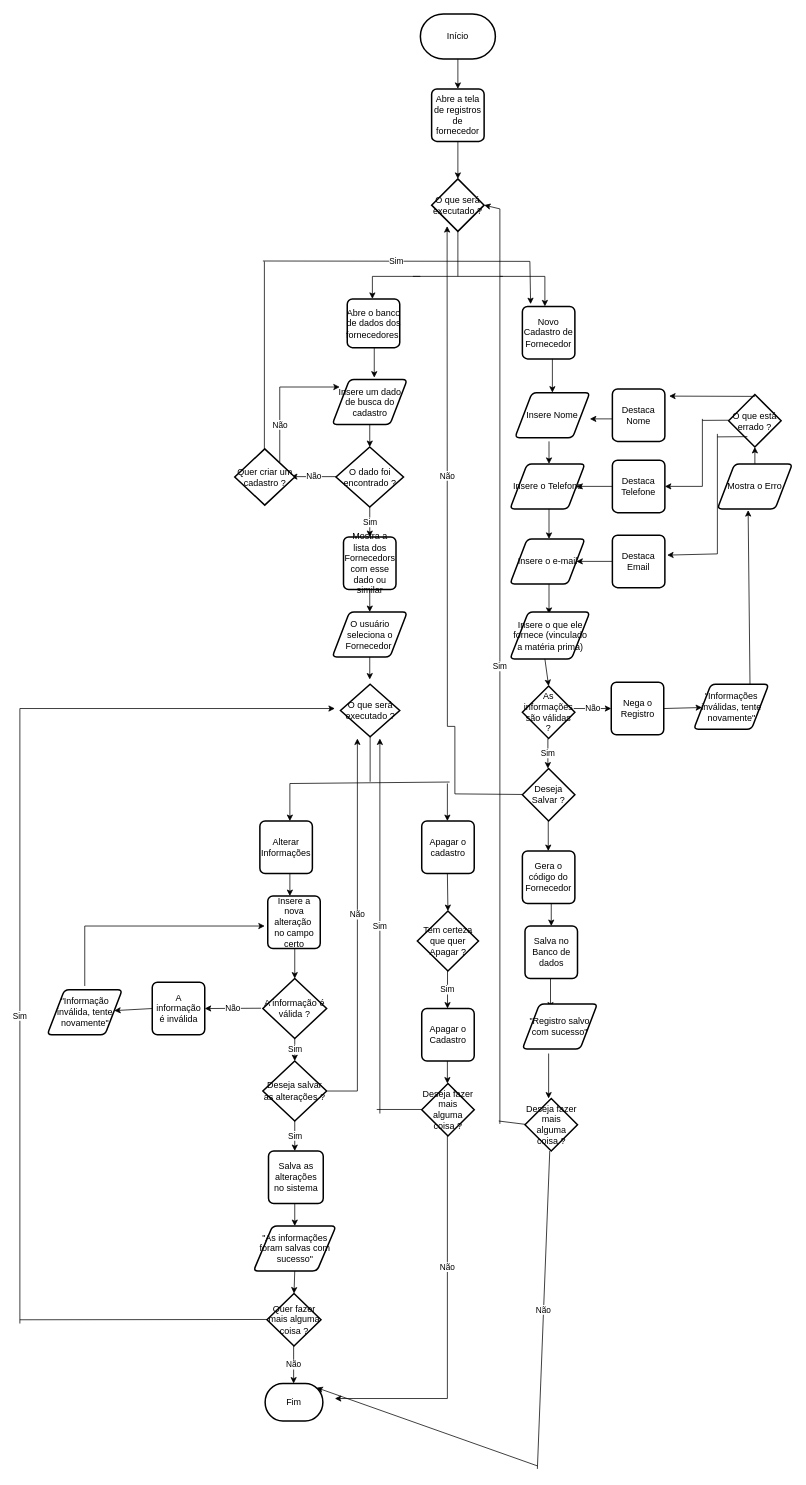
Earlier version of the draw.io diagram page "Cadastro-de-Fornecedor" (5 of 14) of DOC/Fluxograma.drawio (GuilhermeIgarashi7/avatar-Fluxograma). Source tidied: cells renumbered, new cells numbered last; positions are measured from the earlier drawing's top-left corner, leaving out a move shared by most shapes. Both pictures are drawn from the tidied source at 75%, with x=0, y=0 at pixel (20, 14).
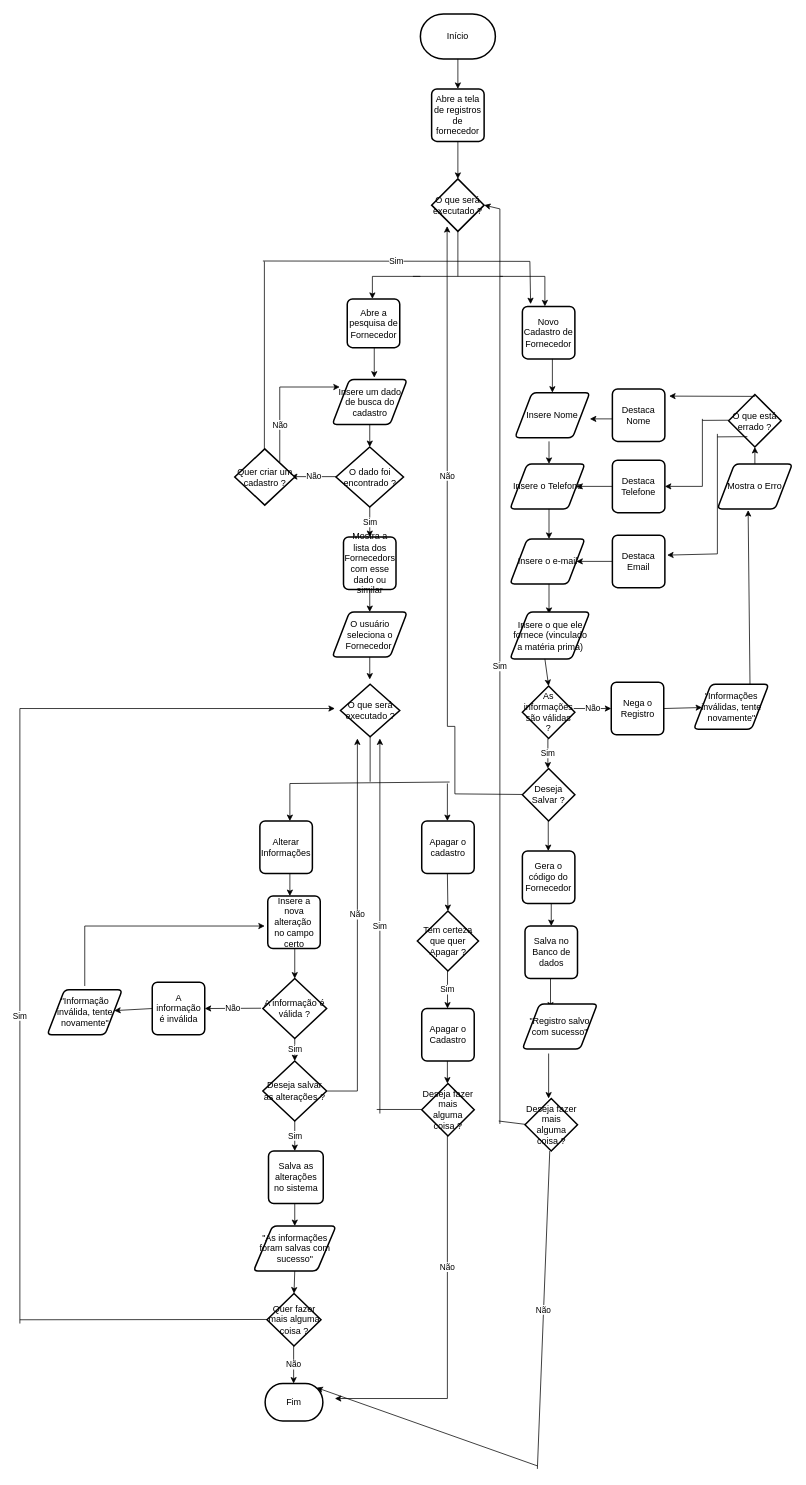
The same page after the edit.

Change to the diagram source:
```diff
@@
-    <mxCell id="49" value="Abre o banco de dados dos fornecedores&amp;nbsp;" style="rounded=1;whiteSpace=wrap;html=1;absoluteArcSize=1;arcSize=14;strokeWidth=2;" parent="1" vertex="1">
+    <mxCell id="49" value="Abre a pesquisa de Fornecedor" style="rounded=1;whiteSpace=wrap;html=1;absoluteArcSize=1;arcSize=14;strokeWidth=2;" parent="1" vertex="1">
       <mxGeometry x="436.5" y="380" width="70" height="65" as="geometry" />
     </mxCell>
```
